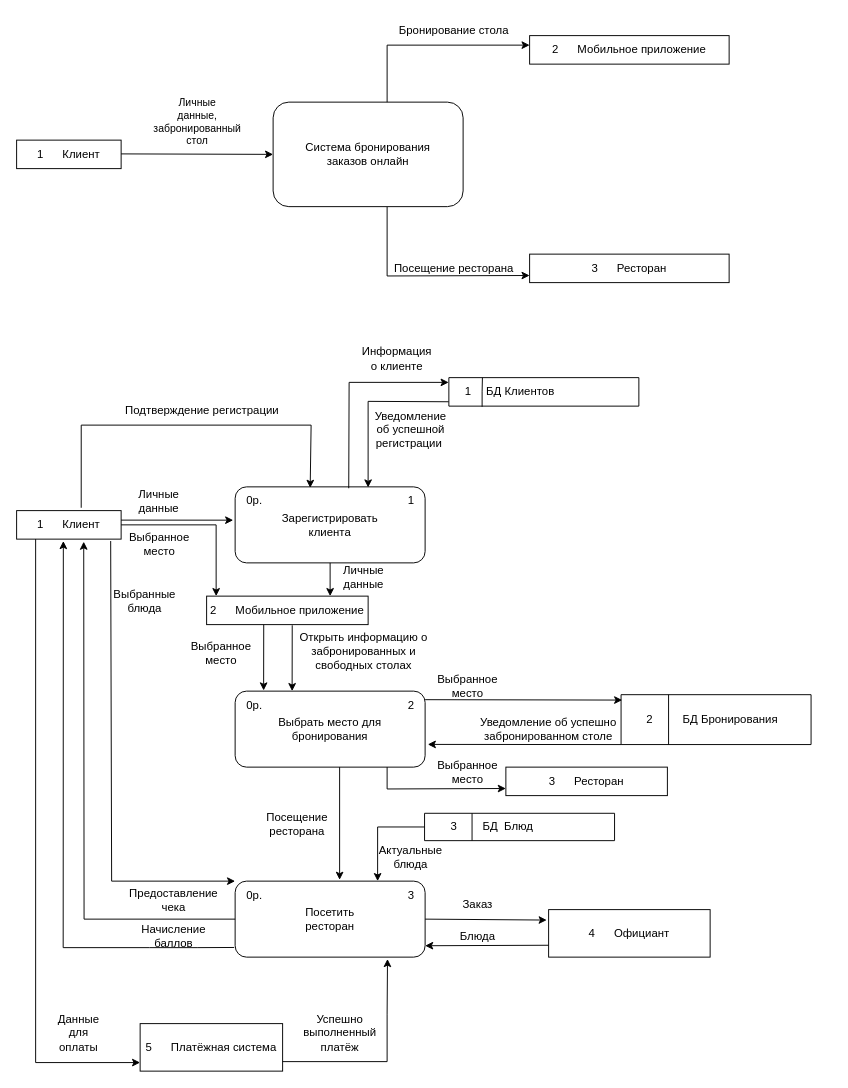
Above: DFD (1).drawio in Crecker24/kursach (draw.io), before the change. Source tidied: cells renumbered, new cells numbered last; positions are measured from the earlier drawing's top-left corner, leaving out a move shared by most shapes. Both pictures are drawn from the tidied source at 95%, with x=0, y=0 at pixel (16, 16).
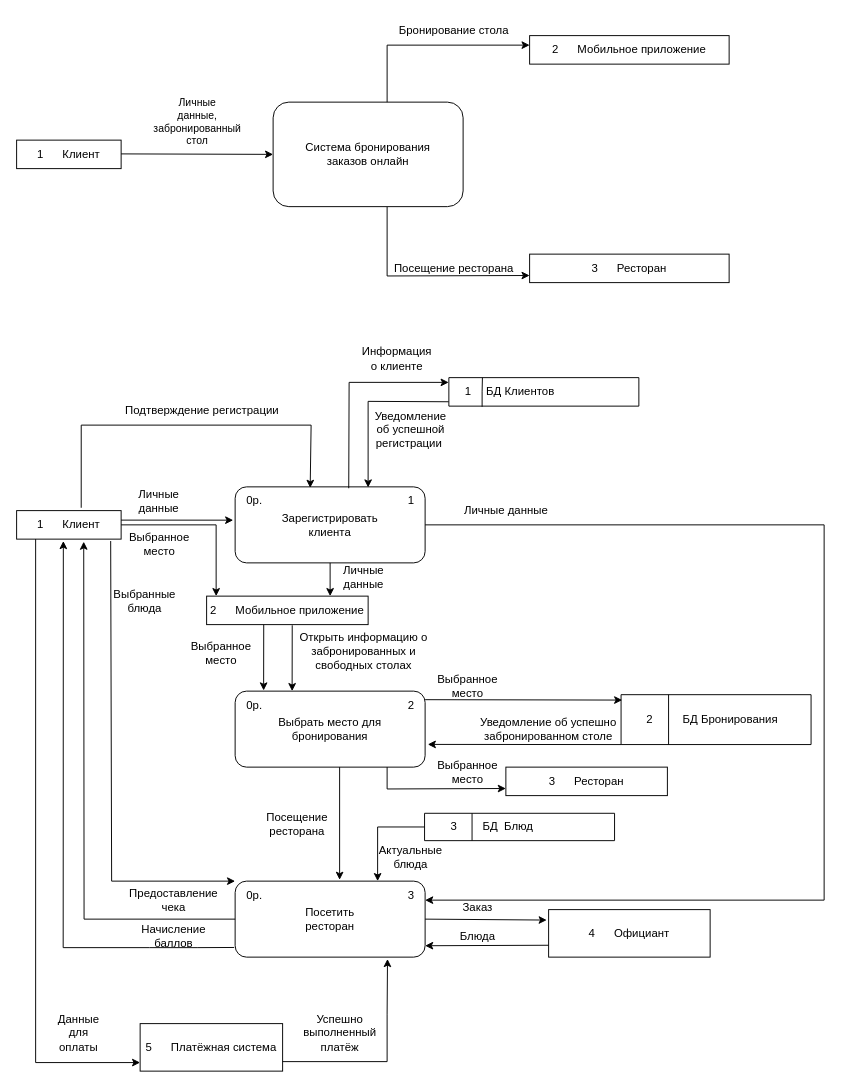
Above is the later version.

Unchanged cells that the change refers to:
```xml
<mxCell id="12" value="Зарегистрировать&lt;div&gt;клиента&lt;/div&gt;" style="rounded=1;whiteSpace=wrap;html=1;" parent="1" vertex="1">
  <mxGeometry x="230" y="495" width="200" height="80" as="geometry" />
</mxCell>
<mxCell id="28" value="Посетить&lt;div&gt;ресторан&lt;/div&gt;" style="rounded=1;whiteSpace=wrap;html=1;" parent="1" vertex="1">
  <mxGeometry x="230" y="910" width="200" height="80" as="geometry" />
</mxCell>
```

The edit, as a diff of the source:
```diff
@@
     <mxCell id="31" value="Заказ" style="text;html=1;align=center;verticalAlign=middle;strokeColor=none;fillColor=none;" parent="1" vertex="1">
-      <mxGeometry x="460" y="920" width="50" height="30" as="geometry" />
+      <mxGeometry x="460" y="923" width="50" height="30" as="geometry" />
     </mxCell>
@@
+    <mxCell id="78" style="edgeStyle=none;jettySize=auto;html=1;rounded=0;exitX=1;exitY=0.5;exitDx=0;exitDy=0;entryX=1;entryY=0.25;entryDx=0;entryDy=0;" parent="1" edge="1" source="12" target="28">
+      <mxGeometry relative="1" as="geometry">
+        <Array as="points">
+          <mxPoint x="850" y="535" />
+          <mxPoint x="850" y="930" />
+        </Array>
+      </mxGeometry>
+    </mxCell>
+    <mxCell id="79" value="Личные данные" style="text;html=1;align=center;verticalAlign=middle;strokeColor=none;fillColor=none;" parent="1" vertex="1">
+      <mxGeometry x="460" y="505" width="110" height="30" as="geometry" />
+    </mxCell>
```
